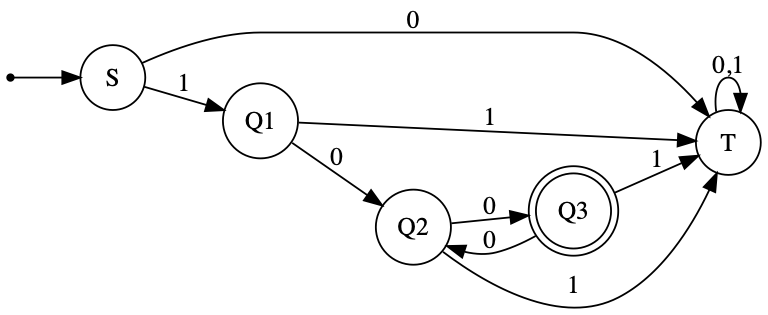
Above: homework/homework_02/bin/dfa.png in dsifford/CSC_6500 (Graphviz), before the change. Its source is kept beside it as homework/homework_02/dfa.dot.
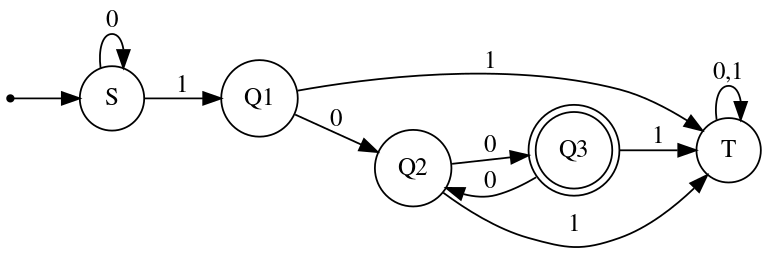
After the change.

Diff of the diagram source:
```diff
@@ -7,7 +7,7 @@
     node [shape = circle];
 
     s  -> S;
-    S  -> T  [label = "0"];
+    S  -> S  [label = "0"];
     S  -> Q1 [label = "1"];
     Q1 -> T  [label = "1"];
     Q1 -> Q2 [label = "0"];
```
